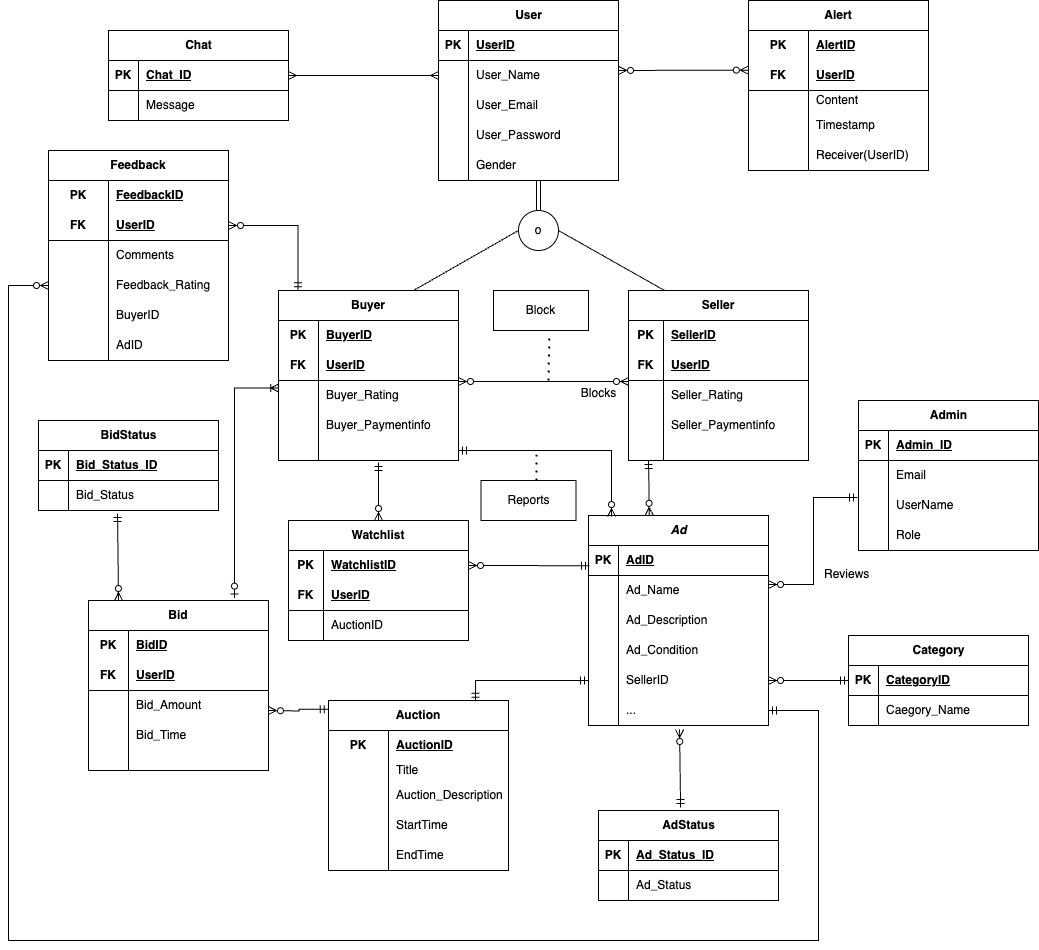
Earlier version of the draw.io export P2 Database Design, Initial ERD.png (rohithreddykota/bidding-system). Source tidied: cells renumbered, new cells last; positions are measured from the earlier drawing's top-left corner, leaving out a move shared by most shapes.
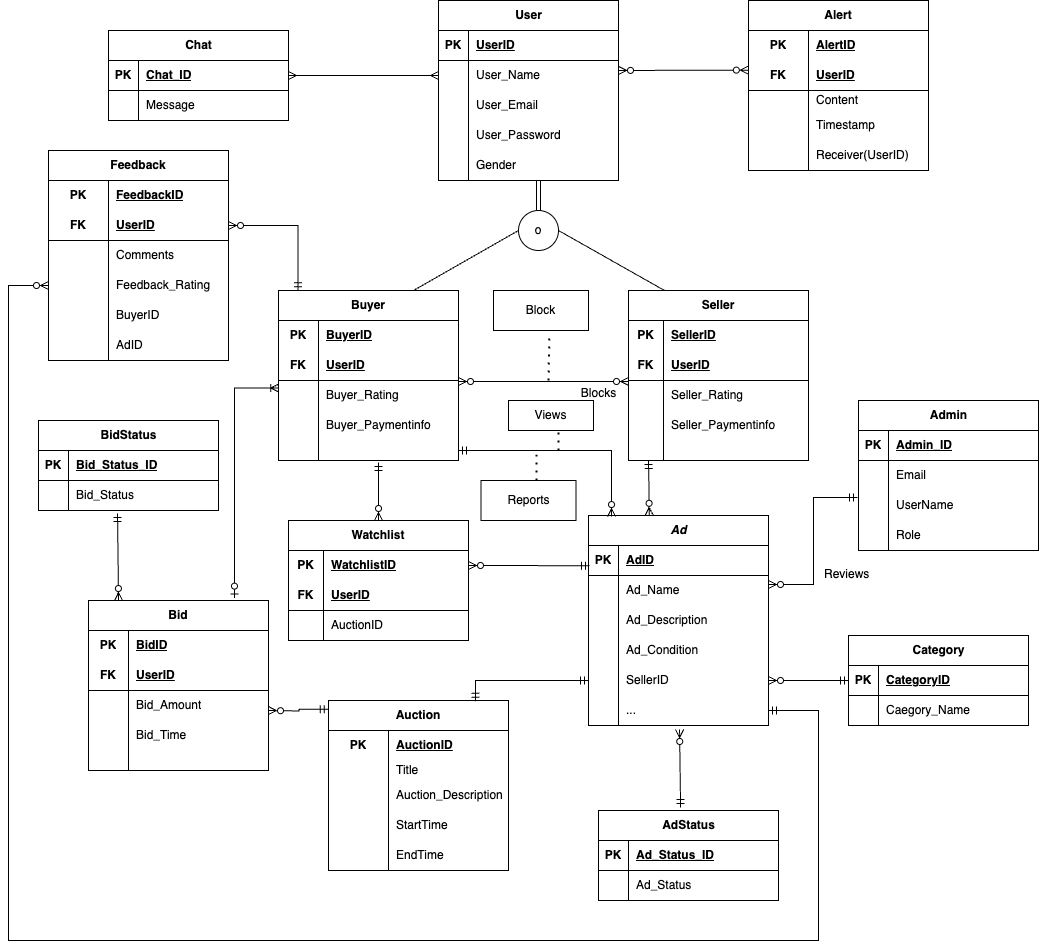
After the change.

Diff of the diagram source:
```diff
@@ -661,5 +661,13 @@
         </Array>
       </mxGeometry>
     </mxCell>
+    <mxCell id="213" value="Views" style="rounded=0;whiteSpace=wrap;html=1;" parent="1" vertex="1">
+      <mxGeometry x="500" y="400" width="85" height="30" as="geometry" />
+    </mxCell>
+    <mxCell id="214" style="endArrow=none;dashed=1;html=1;dashPattern=1 3;strokeWidth=2;rounded=0;entryX=0.589;entryY=1.05;entryDx=0;entryDy=0;entryPerimeter=0;" parent="1" edge="1" target="213">
+      <mxGeometry relative="1" as="geometry">
+        <mxPoint x="550" y="450" as="sourcePoint" />
+      </mxGeometry>
+    </mxCell>
   </root>
 </mxGraphModel>
```
